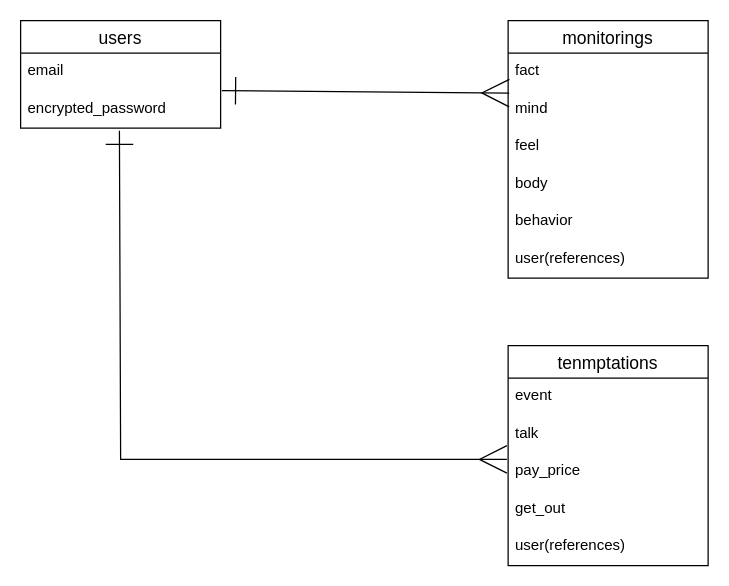
This is ER-mental.dio from iguanakun/mental-app, a draw.io file, before an edit. Source tidied: cells renumbered, new cells numbered last; positions are measured from the earlier drawing's top-left corner, leaving out a move shared by most shapes. Both pictures are drawn from the tidied source at 125%, with x=0, y=0 at pixel (20, 20).
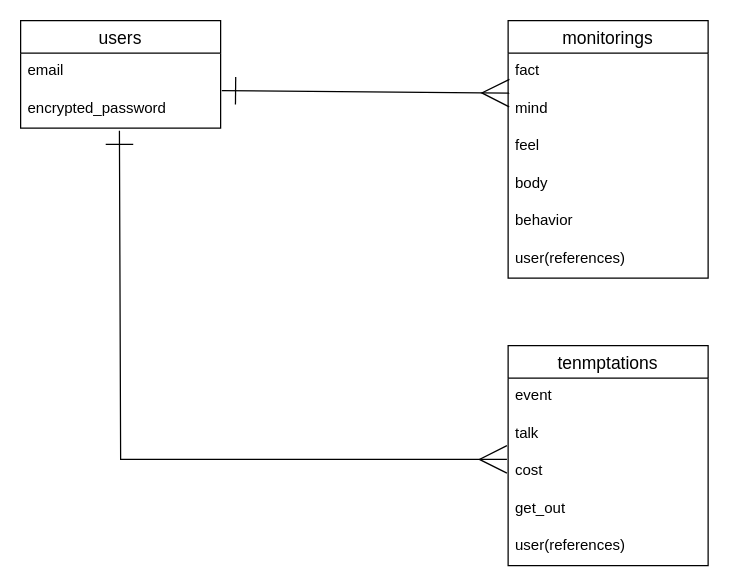
The same diagram, later.

The change refers to these unchanged cells:
```xml
<mxCell id="13" value="tenmptations" style="swimlane;fontStyle=0;horizontal=1;startSize=26;align=center;fontSize=14;" parent="1" vertex="1">
  <mxGeometry x="390" y="260" width="160" height="176" as="geometry" />
</mxCell>
```

Change to the diagram source:
```diff
@@
-    <mxCell id="16" value="pay_price" style="text;strokeColor=none;fillColor=none;spacingLeft=4;spacingRight=4;overflow=hidden;points=[[0,0.5],[1,0.5]];portConstraint=eastwest;fontSize=12;" parent="13" vertex="1">
+    <mxCell id="16" value="cost" style="text;strokeColor=none;fillColor=none;spacingLeft=4;spacingRight=4;overflow=hidden;points=[[0,0.5],[1,0.5]];portConstraint=eastwest;fontSize=12;" parent="13" vertex="1">
       <mxGeometry y="86" width="160" height="30" as="geometry" />
     </mxCell>
```
